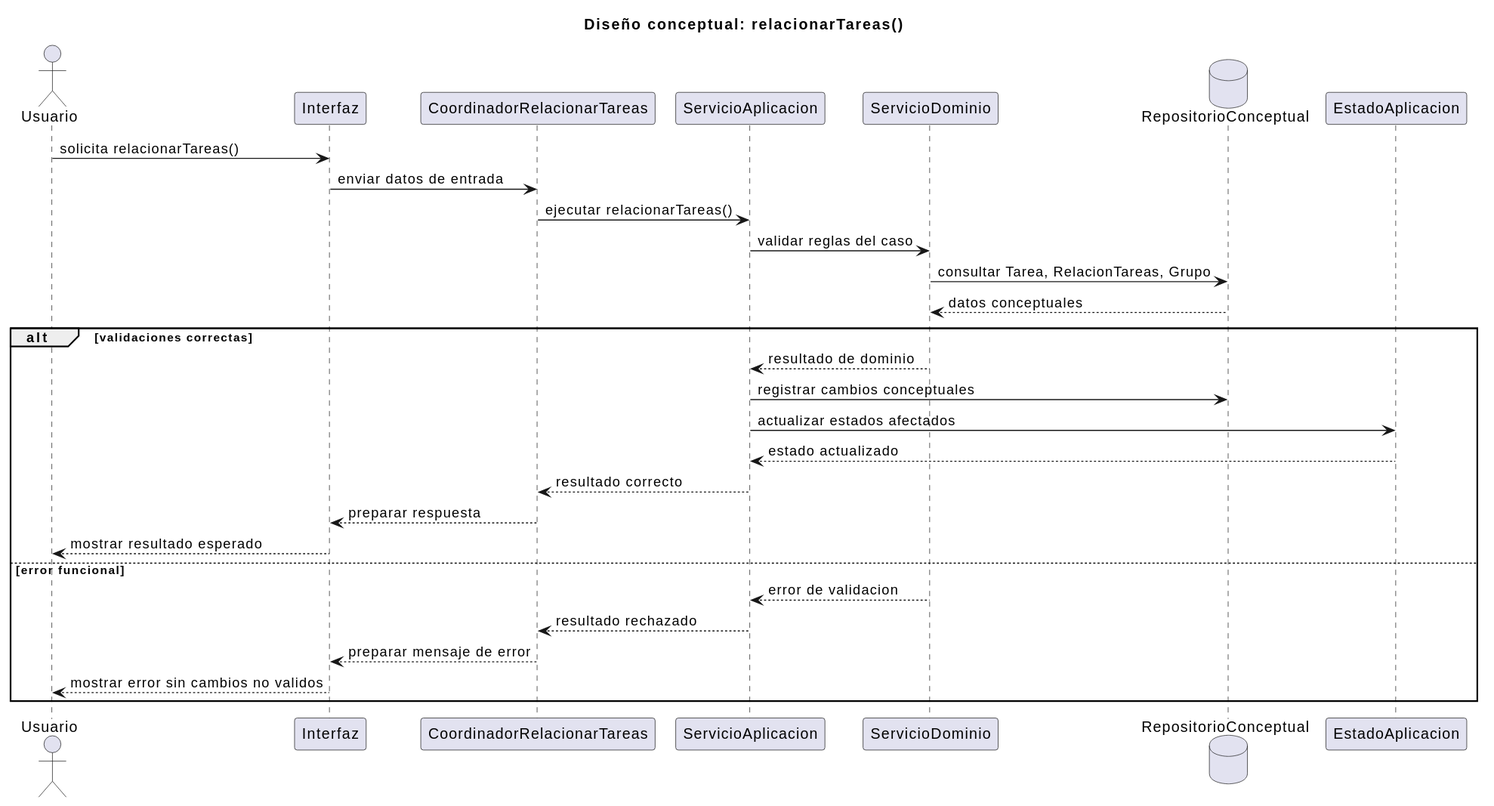
Before: documents/RUP/02-diseño/casos-uso/gestion-tareas/relacionarTareas/secuencia.svg, a diagram exported from PlantUML (inigovaqueroo04/25-26-idsw2-sdVC). Source of this version:
```plantuml
@startuml
title Diseño conceptual: relacionarTareas()

actor "Usuario" as Usuario
participant "Interfaz" as Interfaz
participant "CoordinadorRelacionarTareas" as Coordinador
participant "ServicioAplicacion" as ServicioAplicacion
participant "ServicioDominio" as ServicioDominio
database "RepositorioConceptual" as Repositorio
participant "EstadoAplicacion" as EstadoAplicacion

Usuario -> Interfaz : solicita relacionarTareas()
Interfaz -> Coordinador : enviar datos de entrada
Coordinador -> ServicioAplicacion : ejecutar relacionarTareas()
ServicioAplicacion -> ServicioDominio : validar reglas del caso
ServicioDominio -> Repositorio : consultar Tarea, RelacionTareas, Grupo
Repositorio --> ServicioDominio : datos conceptuales

alt validaciones correctas
  ServicioDominio --> ServicioAplicacion : resultado de dominio
  ServicioAplicacion -> Repositorio : registrar cambios conceptuales
  ServicioAplicacion -> EstadoAplicacion : actualizar estados afectados
  EstadoAplicacion --> ServicioAplicacion : estado actualizado
  ServicioAplicacion --> Coordinador : resultado correcto
  Coordinador --> Interfaz : preparar respuesta
  Interfaz --> Usuario : mostrar resultado esperado
else error funcional
  ServicioDominio --> ServicioAplicacion : error de validacion
  ServicioAplicacion --> Coordinador : resultado rechazado
  Coordinador --> Interfaz : preparar mensaje de error
  Interfaz --> Usuario : mostrar error sin cambios no validos
end
@enduml
```
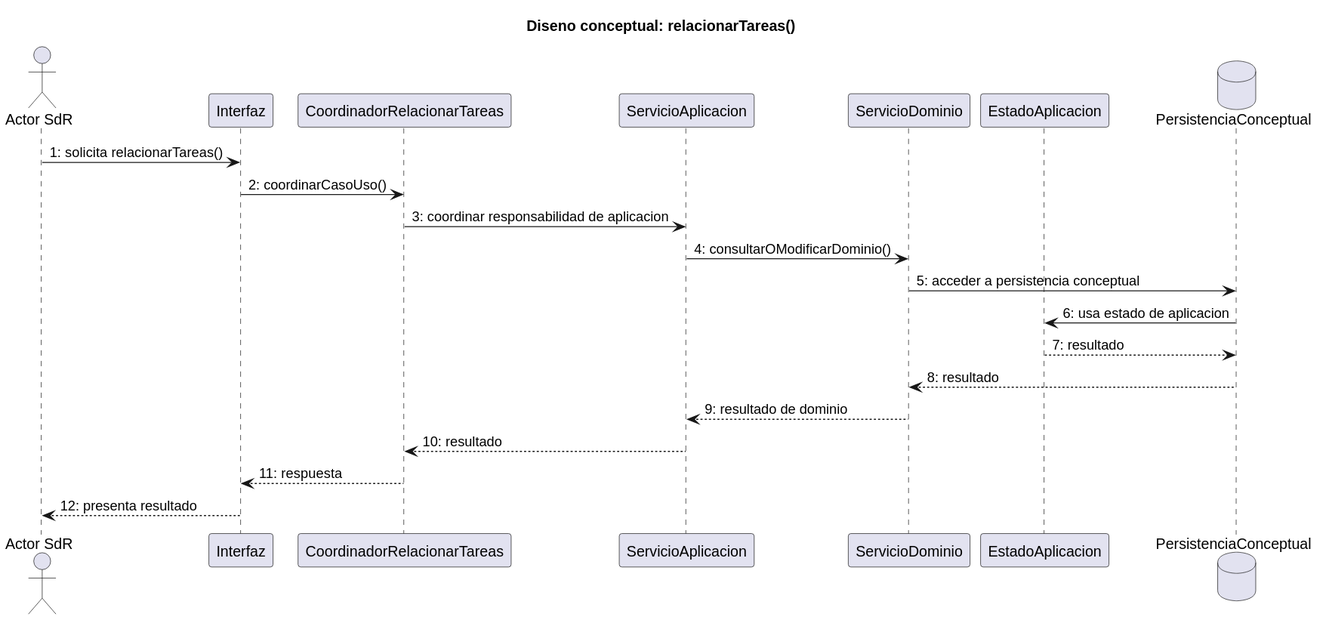
After the commit.

Commit message:
docs: ajustar diseno de relacionar tareas

What changed in the source:
```diff
@@ -1,33 +1,24 @@
 @startuml
-title Diseño conceptual: relacionarTareas()
+title Diseno conceptual: relacionarTareas()
 
-actor "Usuario" as Usuario
+actor "Actor SdR" as Actor
 participant "Interfaz" as Interfaz
 participant "CoordinadorRelacionarTareas" as Coordinador
 participant "ServicioAplicacion" as ServicioAplicacion
 participant "ServicioDominio" as ServicioDominio
-database "RepositorioConceptual" as Repositorio
 participant "EstadoAplicacion" as EstadoAplicacion
+database "PersistenciaConceptual" as Persistencia
 
-Usuario -> Interfaz : solicita relacionarTareas()
-Interfaz -> Coordinador : enviar datos de entrada
-Coordinador -> ServicioAplicacion : ejecutar relacionarTareas()
-ServicioAplicacion -> ServicioDominio : validar reglas del caso
-ServicioDominio -> Repositorio : consultar Tarea, RelacionTareas, Grupo
-Repositorio --> ServicioDominio : datos conceptuales
-
-alt validaciones correctas
-  ServicioDominio --> ServicioAplicacion : resultado de dominio
-  ServicioAplicacion -> Repositorio : registrar cambios conceptuales
-  ServicioAplicacion -> EstadoAplicacion : actualizar estados afectados
-  EstadoAplicacion --> ServicioAplicacion : estado actualizado
-  ServicioAplicacion --> Coordinador : resultado correcto
-  Coordinador --> Interfaz : preparar respuesta
-  Interfaz --> Usuario : mostrar resultado esperado
-else error funcional
-  ServicioDominio --> ServicioAplicacion : error de validacion
-  ServicioAplicacion --> Coordinador : resultado rechazado
-  Coordinador --> Interfaz : preparar mensaje de error
-  Interfaz --> Usuario : mostrar error sin cambios no validos
-end
+Actor -> Interfaz : 1: solicita relacionarTareas()
+Interfaz -> Coordinador : 2: coordinarCasoUso()
+Coordinador -> ServicioAplicacion : 3: coordinar responsabilidad de aplicacion
+ServicioAplicacion -> ServicioDominio : 4: consultarOModificarDominio()
+ServicioDominio -> Persistencia : 5: acceder a persistencia conceptual
+Persistencia -> EstadoAplicacion : 6: usa estado de aplicacion
+EstadoAplicacion --> Persistencia : 7: resultado
+Persistencia --> ServicioDominio : 8: resultado
+ServicioDominio --> ServicioAplicacion : 9: resultado de dominio
+ServicioAplicacion --> Coordinador : 10: resultado
+Coordinador --> Interfaz : 11: respuesta
+Interfaz --> Actor : 12: presenta resultado
 @enduml
```
